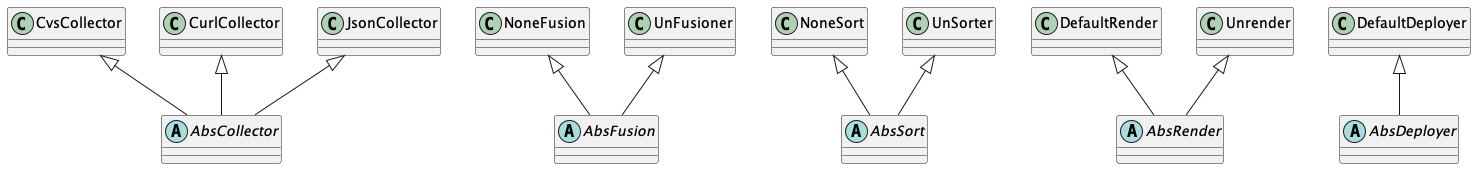
Before: out/docs/digclasse/digclasse.png, a diagram exported from PlantUML (aduglas/frmworkspacedata20240709). The source it was exported from:
```plantuml
@startuml

abstract class AbsCollector
abstract class AbsFusion
abstract class AbsSort
abstract class AbsRender
abstract class AbsDeployer

CvsCollector <|-- AbsCollector
CurlCollector <|-- AbsCollector
JsonCollector <|-- AbsCollector

NoneFusion <|-- AbsFusion
UnFusioner <|-- AbsFusion

NoneSort <|-- AbsSort
UnSorter <|-- AbsSort

DefaultRender <|-- AbsRender
Unrender <|-- AbsRender

DefaultDeployer <|-- AbsDeployer

@enduml
```
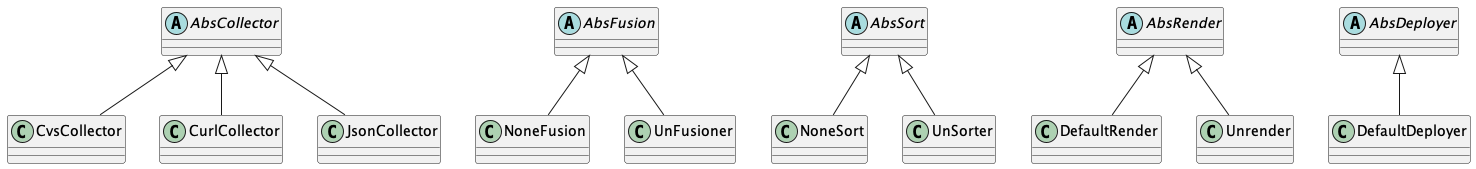
Later version of the same file.

The edit, as a diff of the source:
```diff
@@ -6,19 +6,19 @@
 abstract class AbsRender
 abstract class AbsDeployer
 
-CvsCollector <|-- AbsCollector
-CurlCollector <|-- AbsCollector
-JsonCollector <|-- AbsCollector
+AbsCollector <|-- CvsCollector
+AbsCollector <|-- CurlCollector
+AbsCollector <|-- JsonCollector
 
-NoneFusion <|-- AbsFusion
-UnFusioner <|-- AbsFusion
+AbsFusion <|-- NoneFusion
+AbsFusion <|-- UnFusioner
 
-NoneSort <|-- AbsSort
-UnSorter <|-- AbsSort
+AbsSort <|-- NoneSort
+AbsSort <|-- UnSorter
 
-DefaultRender <|-- AbsRender
-Unrender <|-- AbsRender
+AbsRender <|-- DefaultRender
+AbsRender <|-- Unrender
 
-DefaultDeployer <|-- AbsDeployer
+AbsDeployer <|-- DefaultDeployer
 
 @enduml
```
